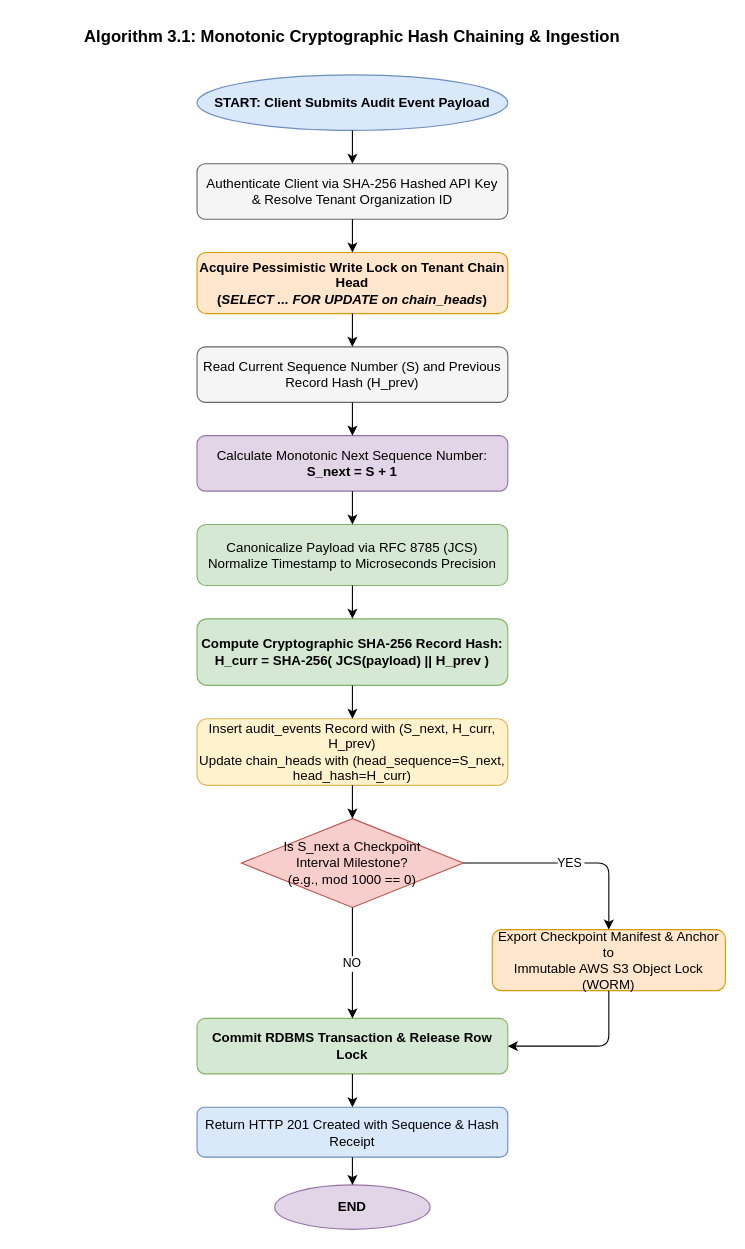
YashBiware/AuditRail keeps this draw.io diagram as diagrams/drawio_xml/3.1_algorithm.drawio.xml. Above is the earlier version. Source tidied: cells renumbered, new cells numbered last; positions are measured from the earlier drawing's top-left corner, leaving out a move shared by most shapes. Both pictures are drawn from the tidied source at 111%, with x=0, y=0 at pixel (19, 19).
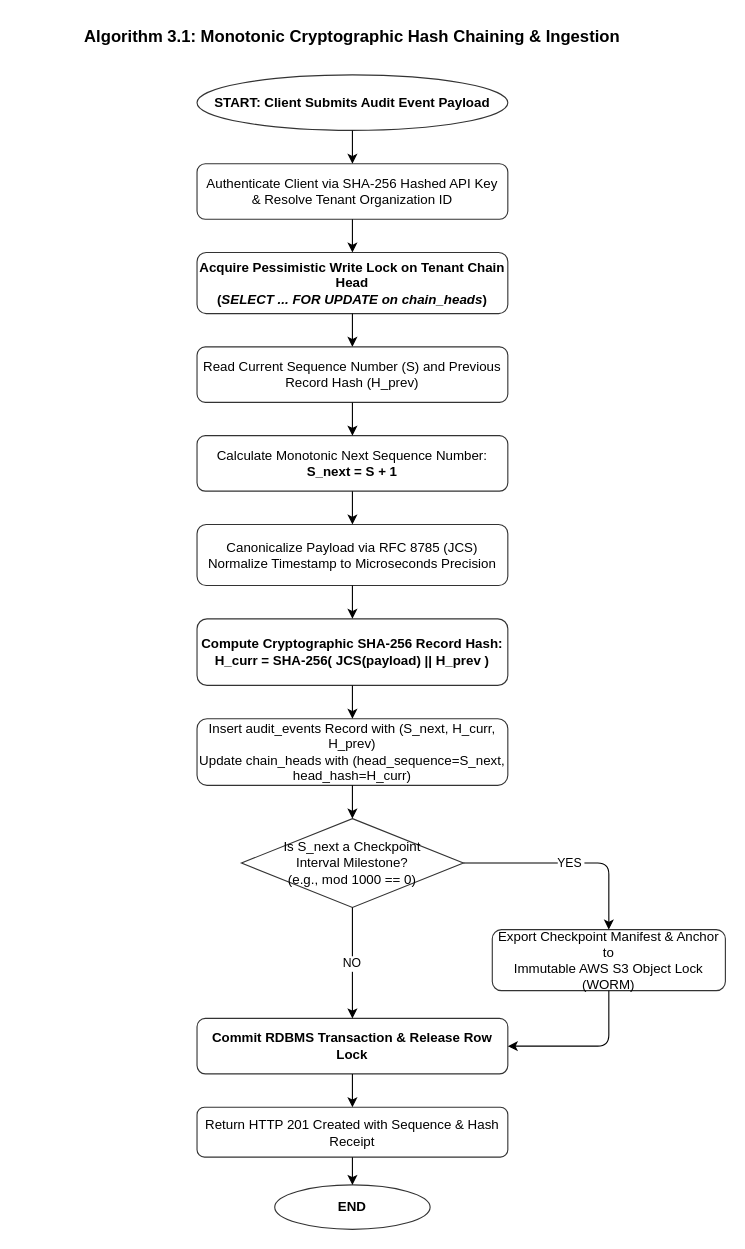
The same page after the edit.

The edit, as a diff of the source:
```diff
@@
-<mxGraphModel>
+<mxGraphModel background="#ffffff">
@@
-    <mxCell id="3" value="START: Client Submits Audit Event Payload" style="ellipse;whiteSpace=wrap;html=1;fillColor=#dae8fc;strokeColor=#6c8ebf;fontStyle=1;" parent="1" vertex="1">
+    <mxCell id="3" value="START: Client Submits Audit Event Payload" style="ellipse;whiteSpace=wrap;html=1;fillColor=#ffffff;strokeColor=#333333;fontStyle=1;" parent="1" vertex="1">
       <mxGeometry x="160" y="50" width="280" height="50" as="geometry" />
     </mxCell>
-    <mxCell id="4" value="Authenticate Client via SHA-256 Hashed API Key&lt;br&gt;&amp;amp; Resolve Tenant Organization ID" style="rounded=1;whiteSpace=wrap;html=1;fillColor=#f5f5f5;strokeColor=#666666;" parent="1" vertex="1">
+    <mxCell id="4" value="Authenticate Client via SHA-256 Hashed API Key&lt;br&gt;&amp;amp; Resolve Tenant Organization ID" style="rounded=1;whiteSpace=wrap;html=1;fillColor=#ffffff;strokeColor=#333333;" parent="1" vertex="1">
       <mxGeometry x="160" y="130" width="280" height="50" as="geometry" />
     </mxCell>
-    <mxCell id="5" value="Acquire Pessimistic Write Lock on Tenant Chain Head&lt;br&gt;(&lt;i&gt;SELECT ... FOR UPDATE on chain_heads&lt;/i&gt;)" style="rounded=1;whiteSpace=wrap;html=1;fillColor=#ffe6cc;strokeColor=#d79b00;fontStyle=1;" parent="1" vertex="1">
+    <mxCell id="5" value="Acquire Pessimistic Write Lock on Tenant Chain Head&lt;br&gt;(&lt;i&gt;SELECT ... FOR UPDATE on chain_heads&lt;/i&gt;)" style="rounded=1;whiteSpace=wrap;html=1;fillColor=#ffffff;strokeColor=#333333;fontStyle=1;" parent="1" vertex="1">
       <mxGeometry x="160" y="210" width="280" height="55" as="geometry" />
     </mxCell>
-    <mxCell id="6" value="Read Current Sequence Number (S) and Previous Record Hash (H_prev)" style="rounded=1;whiteSpace=wrap;html=1;fillColor=#f5f5f5;strokeColor=#666666;" parent="1" vertex="1">
+    <mxCell id="6" value="Read Current Sequence Number (S) and Previous Record Hash (H_prev)" style="rounded=1;whiteSpace=wrap;html=1;fillColor=#ffffff;strokeColor=#333333;" parent="1" vertex="1">
       <mxGeometry x="160" y="295" width="280" height="50" as="geometry" />
     </mxCell>
-    <mxCell id="7" value="Calculate Monotonic Next Sequence Number:&lt;br&gt;&lt;b&gt;S_next = S + 1&lt;/b&gt;" style="rounded=1;whiteSpace=wrap;html=1;fillColor=#e1d5e7;strokeColor=#9673a6;" parent="1" vertex="1">
+    <mxCell id="7" value="Calculate Monotonic Next Sequence Number:&lt;br&gt;&lt;b&gt;S_next = S + 1&lt;/b&gt;" style="rounded=1;whiteSpace=wrap;html=1;fillColor=#ffffff;strokeColor=#333333;" parent="1" vertex="1">
       <mxGeometry x="160" y="375" width="280" height="50" as="geometry" />
     </mxCell>
-    <mxCell id="8" value="Canonicalize Payload via RFC 8785 (JCS)&lt;br&gt;Normalize Timestamp to Microseconds Precision" style="rounded=1;whiteSpace=wrap;html=1;fillColor=#d5e8d4;strokeColor=#82b366;" parent="1" vertex="1">
+    <mxCell id="8" value="Canonicalize Payload via RFC 8785 (JCS)&lt;br&gt;Normalize Timestamp to Microseconds Precision" style="rounded=1;whiteSpace=wrap;html=1;fillColor=#ffffff;strokeColor=#333333;" parent="1" vertex="1">
       <mxGeometry x="160" y="455" width="280" height="55" as="geometry" />
     </mxCell>
-    <mxCell id="9" value="Compute Cryptographic SHA-256 Record Hash:&lt;br&gt;&lt;b&gt;H_curr = SHA-256( JCS(payload) || H_prev )&lt;/b&gt;" style="rounded=1;whiteSpace=wrap;html=1;fillColor=#d5e8d4;strokeColor=#82b366;fontStyle=1;" parent="1" vertex="1">
+    <mxCell id="9" value="Compute Cryptographic SHA-256 Record Hash:&lt;br&gt;&lt;b&gt;H_curr = SHA-256( JCS(payload) || H_prev )&lt;/b&gt;" style="rounded=1;whiteSpace=wrap;html=1;fillColor=#ffffff;strokeColor=#333333;fontStyle=1;" parent="1" vertex="1">
       <mxGeometry x="160" y="540" width="280" height="60" as="geometry" />
     </mxCell>
-    <mxCell id="10" value="Insert audit_events Record with (S_next, H_curr, H_prev)&lt;br&gt;Update chain_heads with (head_sequence=S_next, head_hash=H_curr)" style="rounded=1;whiteSpace=wrap;html=1;fillColor=#fff2cc;strokeColor=#d6b656;" parent="1" vertex="1">
+    <mxCell id="10" value="Insert audit_events Record with (S_next, H_curr, H_prev)&lt;br&gt;Update chain_heads with (head_sequence=S_next, head_hash=H_curr)" style="rounded=1;whiteSpace=wrap;html=1;fillColor=#ffffff;strokeColor=#333333;" parent="1" vertex="1">
       <mxGeometry x="160" y="630" width="280" height="60" as="geometry" />
     </mxCell>
-    <mxCell id="11" value="Is S_next a Checkpoint&lt;br&gt;Interval Milestone?&lt;br&gt;(e.g., mod 1000 == 0)" style="rhombus;whiteSpace=wrap;html=1;fillColor=#f8cecc;strokeColor=#b85450;" parent="1" vertex="1">
+    <mxCell id="11" value="Is S_next a Checkpoint&lt;br&gt;Interval Milestone?&lt;br&gt;(e.g., mod 1000 == 0)" style="rhombus;whiteSpace=wrap;html=1;fillColor=#ffffff;strokeColor=#333333;" parent="1" vertex="1">
       <mxGeometry x="200" y="720" width="200" height="80" as="geometry" />
     </mxCell>
-    <mxCell id="12" value="Export Checkpoint Manifest &amp;amp; Anchor to&lt;br&gt;Immutable AWS S3 Object Lock (WORM)" style="rounded=1;whiteSpace=wrap;html=1;fillColor=#ffe6cc;strokeColor=#d79b00;" parent="1" vertex="1">
+    <mxCell id="12" value="Export Checkpoint Manifest &amp;amp; Anchor to&lt;br&gt;Immutable AWS S3 Object Lock (WORM)" style="rounded=1;whiteSpace=wrap;html=1;fillColor=#ffffff;strokeColor=#333333;" parent="1" vertex="1">
       <mxGeometry x="426" y="820" width="210" height="55" as="geometry" />
     </mxCell>
-    <mxCell id="13" value="Commit RDBMS Transaction &amp;amp; Release Row Lock" style="rounded=1;whiteSpace=wrap;html=1;fillColor=#d5e8d4;strokeColor=#82b366;fontStyle=1;" parent="1" vertex="1">
+    <mxCell id="13" value="Commit RDBMS Transaction &amp;amp; Release Row Lock" style="rounded=1;whiteSpace=wrap;html=1;fillColor=#ffffff;strokeColor=#333333;fontStyle=1;" parent="1" vertex="1">
       <mxGeometry x="160" y="900" width="280" height="50" as="geometry" />
     </mxCell>
-    <mxCell id="14" value="Return HTTP 201 Created with Sequence &amp;amp; Hash Receipt" style="rounded=1;whiteSpace=wrap;html=1;fillColor=#dae8fc;strokeColor=#6c8ebf;" parent="1" vertex="1">
+    <mxCell id="14" value="Return HTTP 201 Created with Sequence &amp;amp; Hash Receipt" style="rounded=1;whiteSpace=wrap;html=1;fillColor=#ffffff;strokeColor=#333333;" parent="1" vertex="1">
       <mxGeometry x="160" y="980" width="280" height="45" as="geometry" />
     </mxCell>
-    <mxCell id="15" value="END" style="ellipse;whiteSpace=wrap;html=1;fillColor=#e1d5e7;strokeColor=#9673a6;fontStyle=1;" parent="1" vertex="1">
+    <mxCell id="15" value="END" style="ellipse;whiteSpace=wrap;html=1;fillColor=#ffffff;strokeColor=#333333;fontStyle=1;" parent="1" vertex="1">
       <mxGeometry x="230" y="1050" width="140" height="40" as="geometry" />
     </mxCell>
```
